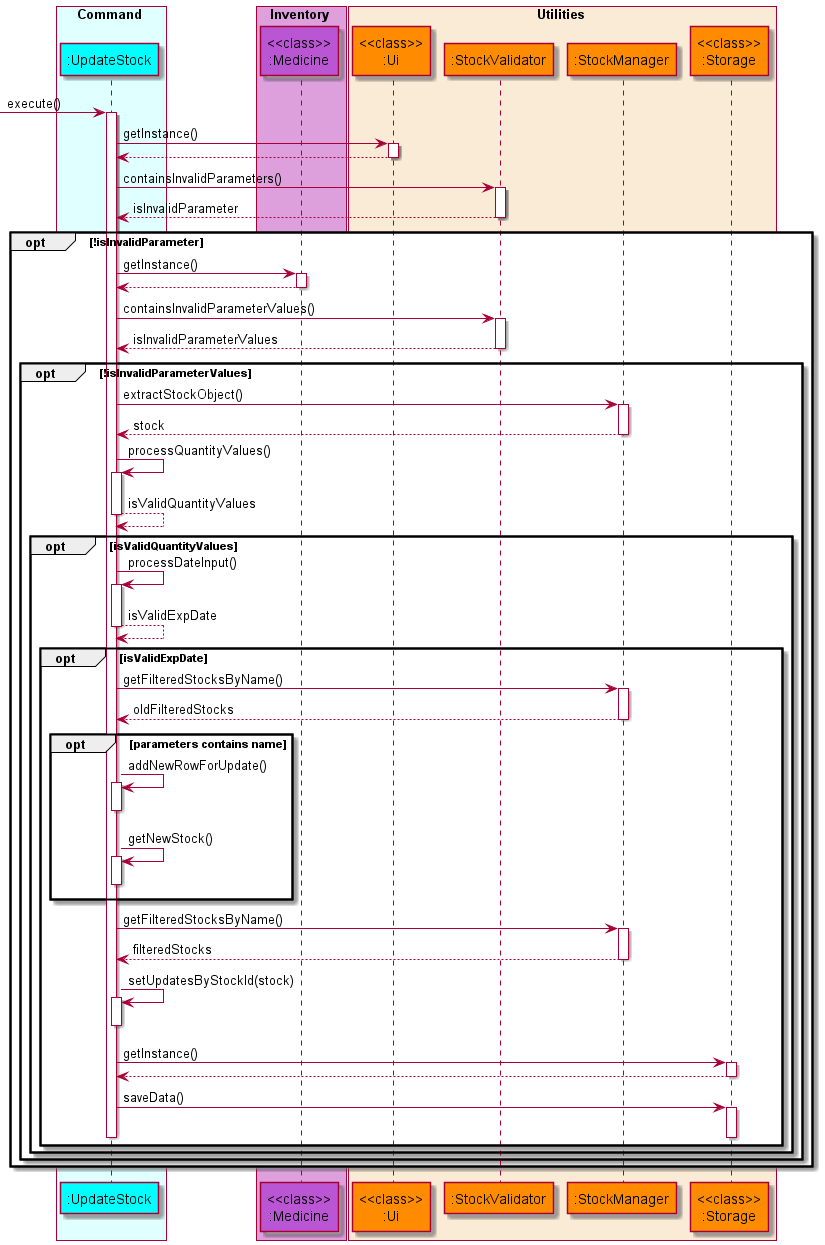
The PlantUML diagram docs/diagrams/diagram_images/UpdateStockSequenceDiagram.png in nus-cs2113-AY2122S1/tp, before a commit.
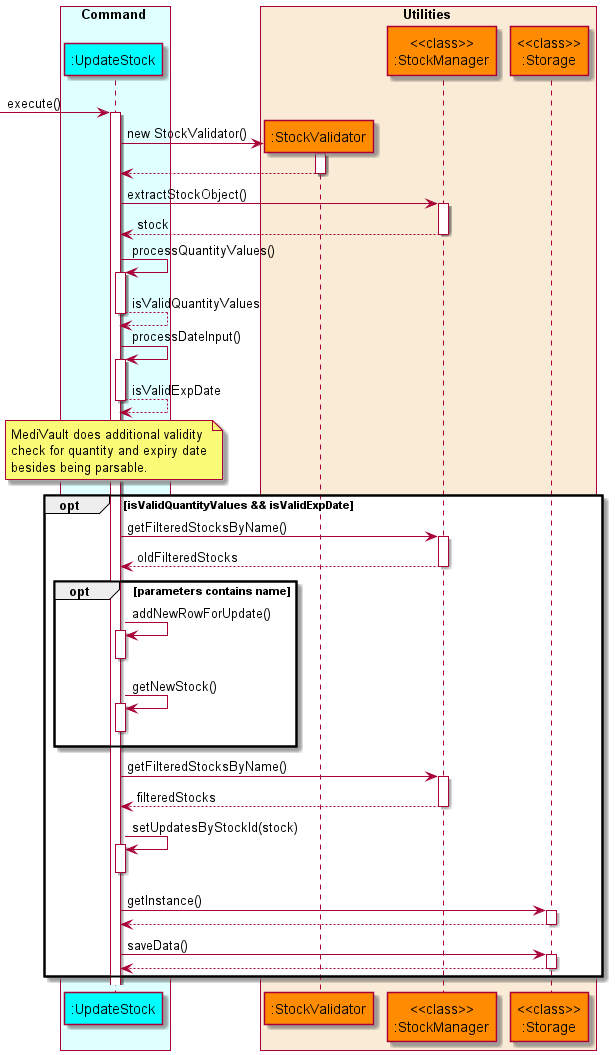
The same file after the commit.

Commit message:
Modify sequence diagrams

The edit, as a diff of the source:
```diff
@@ -6,64 +6,52 @@
     participant ":UpdateStock" as updatestock COLOR_COMMAND
 end box
 
-box Inventory COLOR_INVENTORY_BOX
-    participant "<<class>>\n:Medicine" as medicine COLOR_INVENTORY
-end box
-
 box Utilities COLOR_UTILITIES_BOX
-    participant "<<class>>\n:Ui" as ui COLOR_UTILITIES
     participant ":StockValidator" as stockvalidator COLOR_UTILITIES
-    participant ":StockManager" as stockmanager COLOR_UTILITIES
+    participant "<<class>>\n:StockManager" as stockmanager COLOR_UTILITIES
     participant "<<class>>\n:Storage" as storage COLOR_UTILITIES
 end box
 
 autoactivate on
 
 -> updatestock: execute()
-    updatestock -> ui: getInstance()
-    updatestock <-- ui
-    updatestock -> stockvalidator: containsInvalidParameters()
-    updatestock <-- stockvalidator: isInvalidParameter
+    create stockvalidator
+    updatestock -> stockvalidator: new StockValidator()
+    updatestock <-- stockvalidator
 
-    opt !isInvalidParameter
-        updatestock -> medicine : getInstance()
-        updatestock <-- medicine
+    updatestock -> stockmanager: extractStockObject()
+    updatestock <-- stockmanager: stock
 
-        updatestock -> stockvalidator: containsInvalidParameterValues()
-        updatestock <-- stockvalidator: isInvalidParameterValues
+    updatestock -> updatestock: processQuantityValues()
+    updatestock --> updatestock: isValidQuantityValues
 
-        opt !isInvalidParameterValues
-            updatestock -> stockmanager: extractStockObject()
-            updatestock <-- stockmanager: stock
+    updatestock -> updatestock: processDateInput()
+    updatestock --> updatestock: isValidExpDate
 
-            updatestock -> updatestock: processQuantityValues()
-            updatestock --> updatestock: isValidQuantityValues
+    note over updatestock
+    MediVault does additional validity
+    check for quantity and expiry date
+    besides being parsable.
+    end note
 
-            opt isValidQuantityValues
-                updatestock -> updatestock: processDateInput()
-                updatestock --> updatestock: isValidExpDate
-
-                opt isValidExpDate
-                    updatestock -> stockmanager: getFilteredStocksByName()
-                    updatestock <-- stockmanager: oldFilteredStocks
-                    opt parameters contains name
-                        updatestock -> updatestock: addNewRowForUpdate()
-                        deactivate updatestock
-                        updatestock -> updatestock: getNewStock()
-                        deactivate updatestock
-                    end
-                    updatestock -> stockmanager: getFilteredStocksByName()
-                    updatestock <-- stockmanager: filteredStocks
-                    updatestock -> updatestock: setUpdatesByStockId(stock)
-                    deactivate updatestock
-                    updatestock -> storage: getInstance()
-                    updatestock <-- storage
-                    updatestock -> storage: saveData()
-                    deactivate storage
-                    deactivate updatestock
-                end
-            end
+    opt isValidQuantityValues && isValidExpDate
+        updatestock -> stockmanager: getFilteredStocksByName()
+        updatestock <-- stockmanager: oldFilteredStocks
+        opt parameters contains name
+            updatestock -> updatestock: addNewRowForUpdate()
+            deactivate updatestock
+            updatestock -> updatestock: getNewStock()
+            deactivate updatestock
         end
+        updatestock -> stockmanager: getFilteredStocksByName()
+        updatestock <-- stockmanager: filteredStocks
+        updatestock -> updatestock: setUpdatesByStockId(stock)
+        deactivate updatestock
+        updatestock -> storage: getInstance()
+        updatestock <-- storage
+        updatestock -> storage: saveData()
+        updatestock <-- storage
+        deactivate storage
     end
 
 @enduml
```
